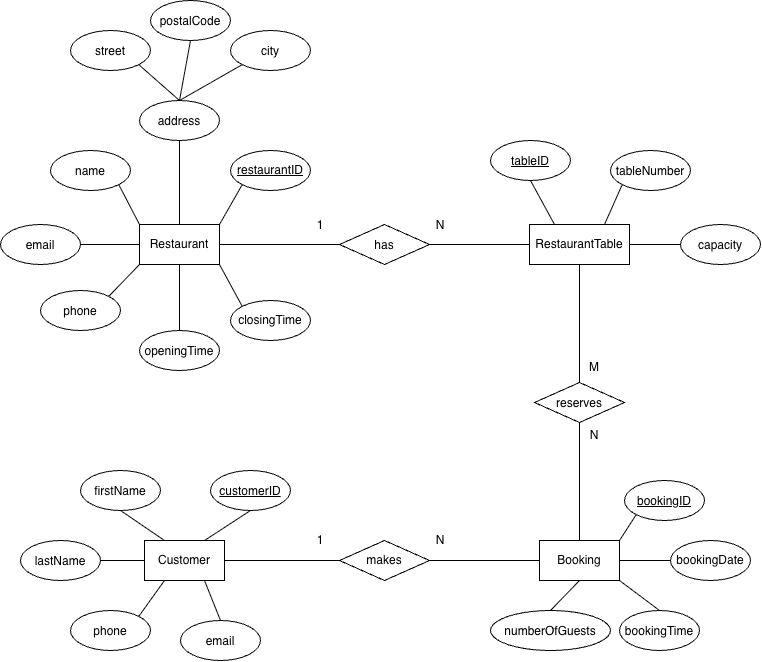
Before: diagrams/ER_diagram.png, a diagram exported from draw.io (mihned01/RestaurantDB). Source tidied: cells renumbered, new cells last; positions are measured from the earlier drawing's top-left corner, leaving out a move shared by most shapes. Its diagram source:
```xml
<mxGraphModel>
  <root>
    <mxCell id="0" />
    <mxCell id="1" parent="0" />
    <mxCell id="2" style="rounded=0;jettySize=auto;html=1;exitX=1;exitY=0.5;exitDx=0;exitDy=0;entryX=0;entryY=0.5;entryDx=0;entryDy=0;endArrow=none;endFill=0;" parent="1" edge="1" source="3" target="55">
      <mxGeometry relative="1" as="geometry" />
    </mxCell>
    <mxCell id="3" value="Restaurant" style="rounded=0;whiteSpace=wrap;html=1;" parent="1" vertex="1">
      <mxGeometry x="139" y="224" width="80" height="40" as="geometry" />
    </mxCell>
    <mxCell id="4" style="rounded=0;jettySize=auto;html=1;exitX=1;exitY=0.5;exitDx=0;exitDy=0;entryX=0;entryY=0.5;entryDx=0;entryDy=0;endArrow=none;endFill=0;" parent="1" edge="1" source="5" target="58">
      <mxGeometry relative="1" as="geometry" />
    </mxCell>
    <mxCell id="5" value="Customer" style="rounded=0;whiteSpace=wrap;html=1;" parent="1" vertex="1">
      <mxGeometry x="144" y="540" width="80" height="40" as="geometry" />
    </mxCell>
    <mxCell id="6" style="rounded=0;jettySize=auto;html=1;exitX=0;exitY=0.5;exitDx=0;exitDy=0;entryX=1;entryY=0.5;entryDx=0;entryDy=0;endArrow=none;endFill=0;" parent="1" edge="1" source="8" target="55">
      <mxGeometry relative="1" as="geometry" />
    </mxCell>
    <mxCell id="7" style="rounded=0;jettySize=auto;html=1;exitX=0.5;exitY=1;exitDx=0;exitDy=0;entryX=0.5;entryY=0;entryDx=0;entryDy=0;endArrow=none;endFill=0;" parent="1" edge="1" source="8" target="57">
      <mxGeometry relative="1" as="geometry" />
    </mxCell>
    <mxCell id="8" value="RestaurantTable" style="rounded=0;whiteSpace=wrap;html=1;" parent="1" vertex="1">
      <mxGeometry x="529" y="224" width="100" height="40" as="geometry" />
    </mxCell>
    <mxCell id="9" style="rounded=0;jettySize=auto;html=1;exitX=0;exitY=0.5;exitDx=0;exitDy=0;entryX=1;entryY=0.5;entryDx=0;entryDy=0;endArrow=none;endFill=0;" parent="1" edge="1" source="10" target="58">
      <mxGeometry relative="1" as="geometry" />
    </mxCell>
    <mxCell id="10" value="Booking" style="rounded=0;whiteSpace=wrap;html=1;" parent="1" vertex="1">
      <mxGeometry x="539" y="540" width="80" height="40" as="geometry" />
    </mxCell>
    <mxCell id="11" style="rounded=0;jettySize=auto;html=1;exitX=1;exitY=1;exitDx=0;exitDy=0;endArrow=none;endFill=0;entryX=0;entryY=0;entryDx=0;entryDy=0;" parent="1" edge="1" source="12" target="3">
      <mxGeometry relative="1" as="geometry" />
    </mxCell>
    <mxCell id="12" value="name" style="ellipse;whiteSpace=wrap;html=1;shapeInside=1;" parent="1" vertex="1">
      <mxGeometry x="50" y="150" width="80" height="40" as="geometry" />
    </mxCell>
    <mxCell id="13" style="rounded=0;jettySize=auto;html=1;exitX=1;exitY=0.5;exitDx=0;exitDy=0;entryX=0;entryY=0.5;entryDx=0;entryDy=0;endArrow=none;endFill=0;" parent="1" edge="1" source="14" target="3">
      <mxGeometry relative="1" as="geometry" />
    </mxCell>
    <mxCell id="14" value="email" style="ellipse;whiteSpace=wrap;html=1;shapeInside=1;" parent="1" vertex="1">
      <mxGeometry y="224" width="80" height="40" as="geometry" />
    </mxCell>
    <mxCell id="15" style="rounded=0;jettySize=auto;html=1;exitX=1;exitY=0;exitDx=0;exitDy=0;entryX=0;entryY=1;entryDx=0;entryDy=0;endArrow=none;endFill=0;" parent="1" edge="1" source="16" target="3">
      <mxGeometry relative="1" as="geometry" />
    </mxCell>
    <mxCell id="16" value="phone" style="ellipse;whiteSpace=wrap;html=1;shapeInside=1;" parent="1" vertex="1">
      <mxGeometry x="40" y="290" width="80" height="40" as="geometry" />
    </mxCell>
    <mxCell id="17" style="rounded=0;jettySize=auto;html=1;exitX=0;exitY=1;exitDx=0;exitDy=0;entryX=1;entryY=0;entryDx=0;entryDy=0;endArrow=none;endFill=0;" parent="1" edge="1" source="18" target="3">
      <mxGeometry relative="1" as="geometry" />
    </mxCell>
    <mxCell id="18" value="&lt;u&gt;restaurantID&lt;/u&gt;" style="ellipse;whiteSpace=wrap;html=1;shapeInside=1;" parent="1" vertex="1">
      <mxGeometry x="230" y="150" width="80" height="40" as="geometry" />
    </mxCell>
    <mxCell id="19" style="rounded=0;jettySize=auto;html=1;exitX=0.5;exitY=0;exitDx=0;exitDy=0;entryX=0.5;entryY=1;entryDx=0;entryDy=0;endArrow=none;endFill=0;" parent="1" edge="1" source="20" target="3">
      <mxGeometry relative="1" as="geometry" />
    </mxCell>
    <mxCell id="20" value="openingTime" style="ellipse;whiteSpace=wrap;html=1;shapeInside=1;" parent="1" vertex="1">
      <mxGeometry x="139" y="330" width="80" height="40" as="geometry" />
    </mxCell>
    <mxCell id="21" style="rounded=0;jettySize=auto;html=1;exitX=0;exitY=0;exitDx=0;exitDy=0;entryX=1;entryY=1;entryDx=0;entryDy=0;endArrow=none;endFill=0;" parent="1" edge="1" source="22" target="3">
      <mxGeometry relative="1" as="geometry" />
    </mxCell>
    <mxCell id="22" value="closingTime" style="ellipse;whiteSpace=wrap;html=1;shapeInside=1;" parent="1" vertex="1">
      <mxGeometry x="230" y="300" width="80" height="40" as="geometry" />
    </mxCell>
    <mxCell id="23" style="rounded=0;jettySize=auto;html=1;exitX=0.5;exitY=1;exitDx=0;exitDy=0;endArrow=none;endFill=0;" parent="1" edge="1" source="24" target="3">
      <mxGeometry relative="1" as="geometry" />
    </mxCell>
    <mxCell id="24" value="address" style="ellipse;whiteSpace=wrap;html=1;shapeInside=1;" parent="1" vertex="1">
      <mxGeometry x="139" y="100" width="80" height="40" as="geometry" />
    </mxCell>
    <mxCell id="25" style="rounded=0;jettySize=auto;html=1;exitX=1;exitY=1;exitDx=0;exitDy=0;entryX=0.5;entryY=0;entryDx=0;entryDy=0;endArrow=none;endFill=0;" parent="1" edge="1" source="26" target="24">
      <mxGeometry relative="1" as="geometry" />
    </mxCell>
    <mxCell id="26" value="street" style="ellipse;whiteSpace=wrap;html=1;shapeInside=1;" parent="1" vertex="1">
      <mxGeometry x="70" y="30" width="80" height="40" as="geometry" />
    </mxCell>
    <mxCell id="27" style="rounded=0;jettySize=auto;html=1;exitX=0.5;exitY=1;exitDx=0;exitDy=0;entryX=0.5;entryY=0;entryDx=0;entryDy=0;endArrow=none;endFill=0;" parent="1" edge="1" source="28" target="24">
      <mxGeometry relative="1" as="geometry" />
    </mxCell>
    <mxCell id="28" value="postalCode" style="ellipse;whiteSpace=wrap;html=1;shapeInside=1;" parent="1" vertex="1">
      <mxGeometry x="150" width="80" height="40" as="geometry" />
    </mxCell>
    <mxCell id="29" style="rounded=0;jettySize=auto;html=1;exitX=0;exitY=1;exitDx=0;exitDy=0;entryX=0.5;entryY=0;entryDx=0;entryDy=0;endArrow=none;endFill=0;" parent="1" edge="1" source="30" target="24">
      <mxGeometry relative="1" as="geometry" />
    </mxCell>
    <mxCell id="30" value="city" style="ellipse;whiteSpace=wrap;html=1;shapeInside=1;" parent="1" vertex="1">
      <mxGeometry x="230" y="30" width="80" height="40" as="geometry" />
    </mxCell>
    <mxCell id="31" style="rounded=0;jettySize=auto;html=1;exitX=0.5;exitY=1;exitDx=0;exitDy=0;entryX=0.25;entryY=0;entryDx=0;entryDy=0;endArrow=none;endFill=0;" parent="1" edge="1" source="32" target="8">
      <mxGeometry relative="1" as="geometry" />
    </mxCell>
    <mxCell id="32" value="tableID" style="ellipse;whiteSpace=wrap;html=1;shapeInside=1;fontStyle=4;" parent="1" vertex="1">
      <mxGeometry x="490" y="140" width="80" height="40" as="geometry" />
    </mxCell>
    <mxCell id="33" style="rounded=0;jettySize=auto;html=1;exitX=0;exitY=0.5;exitDx=0;exitDy=0;endArrow=none;endFill=0;entryX=1;entryY=0.5;entryDx=0;entryDy=0;" parent="1" edge="1" source="34" target="8">
      <mxGeometry relative="1" as="geometry" />
    </mxCell>
    <mxCell id="34" value="capacity" style="ellipse;whiteSpace=wrap;html=1;shapeInside=1;" parent="1" vertex="1">
      <mxGeometry x="680" y="224" width="80" height="40" as="geometry" />
    </mxCell>
    <mxCell id="35" style="rounded=0;jettySize=auto;html=1;exitX=0;exitY=1;exitDx=0;exitDy=0;entryX=0.75;entryY=0;entryDx=0;entryDy=0;endArrow=none;endFill=0;" parent="1" edge="1" source="36" target="8">
      <mxGeometry relative="1" as="geometry" />
    </mxCell>
    <mxCell id="36" value="tableNumber" style="ellipse;whiteSpace=wrap;html=1;shapeInside=1;" parent="1" vertex="1">
      <mxGeometry x="610" y="150" width="80" height="40" as="geometry" />
    </mxCell>
    <mxCell id="37" style="rounded=0;jettySize=auto;html=1;exitX=1;exitY=0;exitDx=0;exitDy=0;entryX=0.25;entryY=1;entryDx=0;entryDy=0;endArrow=none;endFill=0;" parent="1" edge="1" source="38" target="5">
      <mxGeometry relative="1" as="geometry" />
    </mxCell>
    <mxCell id="38" value="phone" style="ellipse;whiteSpace=wrap;html=1;shapeInside=1;" parent="1" vertex="1">
      <mxGeometry x="70" y="610" width="80" height="40" as="geometry" />
    </mxCell>
    <mxCell id="39" style="rounded=0;jettySize=auto;html=1;exitX=0.5;exitY=0;exitDx=0;exitDy=0;entryX=0.75;entryY=1;entryDx=0;entryDy=0;endArrow=none;endFill=0;" parent="1" edge="1" source="40" target="5">
      <mxGeometry relative="1" as="geometry" />
    </mxCell>
    <mxCell id="40" value="email" style="ellipse;whiteSpace=wrap;html=1;shapeInside=1;" parent="1" vertex="1">
      <mxGeometry x="180" y="620" width="80" height="40" as="geometry" />
    </mxCell>
    <mxCell id="41" style="rounded=0;jettySize=auto;html=1;exitX=1;exitY=0.5;exitDx=0;exitDy=0;entryX=0;entryY=0.5;entryDx=0;entryDy=0;endArrow=none;endFill=0;" parent="1" edge="1" source="42" target="5">
      <mxGeometry relative="1" as="geometry" />
    </mxCell>
    <mxCell id="42" value="lastName" style="ellipse;whiteSpace=wrap;html=1;shapeInside=1;" parent="1" vertex="1">
      <mxGeometry x="20" y="540" width="80" height="40" as="geometry" />
    </mxCell>
    <mxCell id="43" style="rounded=0;jettySize=auto;html=1;exitX=0.5;exitY=1;exitDx=0;exitDy=0;entryX=0.25;entryY=0;entryDx=0;entryDy=0;endArrow=none;endFill=0;" parent="1" edge="1" source="44" target="5">
      <mxGeometry relative="1" as="geometry" />
    </mxCell>
    <mxCell id="44" value="firstName" style="ellipse;whiteSpace=wrap;html=1;shapeInside=1;" parent="1" vertex="1">
      <mxGeometry x="80" y="470" width="80" height="40" as="geometry" />
    </mxCell>
    <mxCell id="45" style="rounded=0;jettySize=auto;html=1;exitX=0.5;exitY=1;exitDx=0;exitDy=0;entryX=0.75;entryY=0;entryDx=0;entryDy=0;endArrow=none;endFill=0;" parent="1" edge="1" source="46" target="5">
      <mxGeometry relative="1" as="geometry" />
    </mxCell>
    <mxCell id="46" value="customerID" style="ellipse;whiteSpace=wrap;html=1;shapeInside=1;fontStyle=4;" parent="1" vertex="1">
      <mxGeometry x="210" y="470" width="80" height="40" as="geometry" />
    </mxCell>
    <mxCell id="47" style="rounded=0;jettySize=auto;html=1;exitX=0.5;exitY=0;exitDx=0;exitDy=0;entryX=0.5;entryY=1;entryDx=0;entryDy=0;endArrow=none;endFill=0;" parent="1" edge="1" source="48" target="10">
      <mxGeometry relative="1" as="geometry" />
    </mxCell>
    <mxCell id="48" value="numberOfGuests" style="ellipse;whiteSpace=wrap;html=1;shapeInside=1;" parent="1" vertex="1">
      <mxGeometry x="490" y="610" width="120" height="40" as="geometry" />
    </mxCell>
    <mxCell id="49" style="rounded=0;jettySize=auto;html=1;exitX=0.5;exitY=0;exitDx=0;exitDy=0;entryX=1;entryY=1;entryDx=0;entryDy=0;endArrow=none;endFill=0;" parent="1" edge="1" source="50" target="10">
      <mxGeometry relative="1" as="geometry" />
    </mxCell>
    <mxCell id="50" value="bookingTime" style="ellipse;whiteSpace=wrap;html=1;shapeInside=1;" parent="1" vertex="1">
      <mxGeometry x="619" y="610" width="80" height="40" as="geometry" />
    </mxCell>
    <mxCell id="51" style="rounded=0;jettySize=auto;html=1;exitX=0;exitY=0.5;exitDx=0;exitDy=0;entryX=1;entryY=0.5;entryDx=0;entryDy=0;endArrow=none;endFill=0;" parent="1" edge="1" source="52" target="10">
      <mxGeometry relative="1" as="geometry" />
    </mxCell>
    <mxCell id="52" value="bookingDate" style="ellipse;whiteSpace=wrap;html=1;shapeInside=1;" parent="1" vertex="1">
      <mxGeometry x="670" y="540" width="80" height="40" as="geometry" />
    </mxCell>
    <mxCell id="53" style="rounded=0;jettySize=auto;html=1;exitX=0;exitY=1;exitDx=0;exitDy=0;entryX=1;entryY=0;entryDx=0;entryDy=0;endArrow=none;endFill=0;" parent="1" edge="1" source="54" target="10">
      <mxGeometry relative="1" as="geometry" />
    </mxCell>
    <mxCell id="54" value="bookingID" style="ellipse;whiteSpace=wrap;html=1;shapeInside=1;fontStyle=4;" parent="1" vertex="1">
      <mxGeometry x="624" y="480" width="80" height="40" as="geometry" />
    </mxCell>
    <mxCell id="55" value="has" style="rhombus;whiteSpace=wrap;html=1;shapeInside=1;" parent="1" vertex="1">
      <mxGeometry x="339" y="224" width="90" height="40" as="geometry" />
    </mxCell>
    <mxCell id="56" style="rounded=0;jettySize=auto;html=1;exitX=0.5;exitY=1;exitDx=0;exitDy=0;entryX=0.5;entryY=0;entryDx=0;entryDy=0;endArrow=none;endFill=0;" parent="1" edge="1" source="57" target="10">
      <mxGeometry relative="1" as="geometry" />
    </mxCell>
    <mxCell id="57" value="reserves" style="rhombus;whiteSpace=wrap;html=1;shapeInside=1;" parent="1" vertex="1">
      <mxGeometry x="534" y="382" width="90" height="40" as="geometry" />
    </mxCell>
    <mxCell id="58" value="makes" style="rhombus;whiteSpace=wrap;html=1;shapeInside=1;" parent="1" vertex="1">
      <mxGeometry x="339" y="540" width="90" height="40" as="geometry" />
    </mxCell>
    <mxCell id="59" value="1" style="text;html=1;whiteSpace=wrap;strokeColor=none;fillColor=none;align=center;verticalAlign=middle;rounded=0;" parent="1" vertex="1">
      <mxGeometry x="290" y="210" width="60" height="30" as="geometry" />
    </mxCell>
    <mxCell id="60" value="N" style="text;html=1;whiteSpace=wrap;strokeColor=none;fillColor=none;align=center;verticalAlign=middle;rounded=0;" parent="1" vertex="1">
      <mxGeometry x="410" y="210" width="60" height="30" as="geometry" />
    </mxCell>
    <mxCell id="61" value="N" style="text;html=1;whiteSpace=wrap;strokeColor=none;fillColor=none;align=center;verticalAlign=middle;rounded=0;" parent="1" vertex="1">
      <mxGeometry x="564" y="420" width="60" height="30" as="geometry" />
    </mxCell>
    <mxCell id="62" value="M" style="text;html=1;whiteSpace=wrap;strokeColor=none;fillColor=none;align=center;verticalAlign=middle;rounded=0;" parent="1" vertex="1">
      <mxGeometry x="564" y="352" width="60" height="30" as="geometry" />
    </mxCell>
    <mxCell id="63" value="N" style="text;html=1;whiteSpace=wrap;strokeColor=none;fillColor=none;align=center;verticalAlign=middle;rounded=0;" parent="1" vertex="1">
      <mxGeometry x="410" y="525" width="60" height="30" as="geometry" />
    </mxCell>
    <mxCell id="64" value="1" style="text;html=1;whiteSpace=wrap;strokeColor=none;fillColor=none;align=center;verticalAlign=middle;rounded=0;" parent="1" vertex="1">
      <mxGeometry x="290" y="525" width="60" height="30" as="geometry" />
    </mxCell>
  </root>
</mxGraphModel>
```
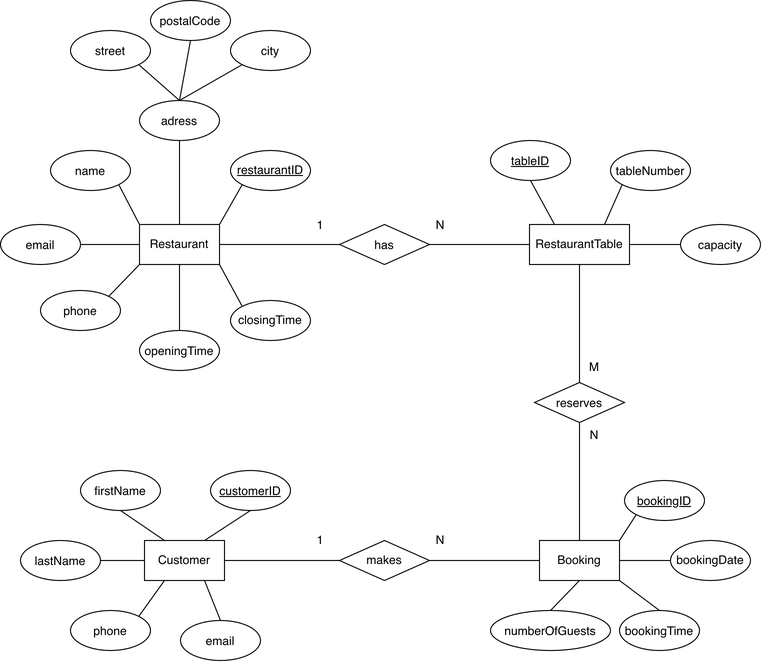
After the change.

The edit, as a diff of the source:
```diff
@@ -68,7 +68,7 @@
     <mxCell id="23" style="rounded=0;jettySize=auto;html=1;exitX=0.5;exitY=1;exitDx=0;exitDy=0;endArrow=none;endFill=0;" parent="1" edge="1" source="24" target="3">
       <mxGeometry relative="1" as="geometry" />
     </mxCell>
-    <mxCell id="24" value="address" style="ellipse;whiteSpace=wrap;html=1;shapeInside=1;" parent="1" vertex="1">
+    <mxCell id="24" value="adress" style="ellipse;whiteSpace=wrap;html=1;shapeInside=1;" parent="1" vertex="1">
       <mxGeometry x="139" y="100" width="80" height="40" as="geometry" />
     </mxCell>
     <mxCell id="25" style="rounded=0;jettySize=auto;html=1;exitX=1;exitY=1;exitDx=0;exitDy=0;entryX=0.5;entryY=0;entryDx=0;entryDy=0;endArrow=none;endFill=0;" parent="1" edge="1" source="26" target="24">
```
